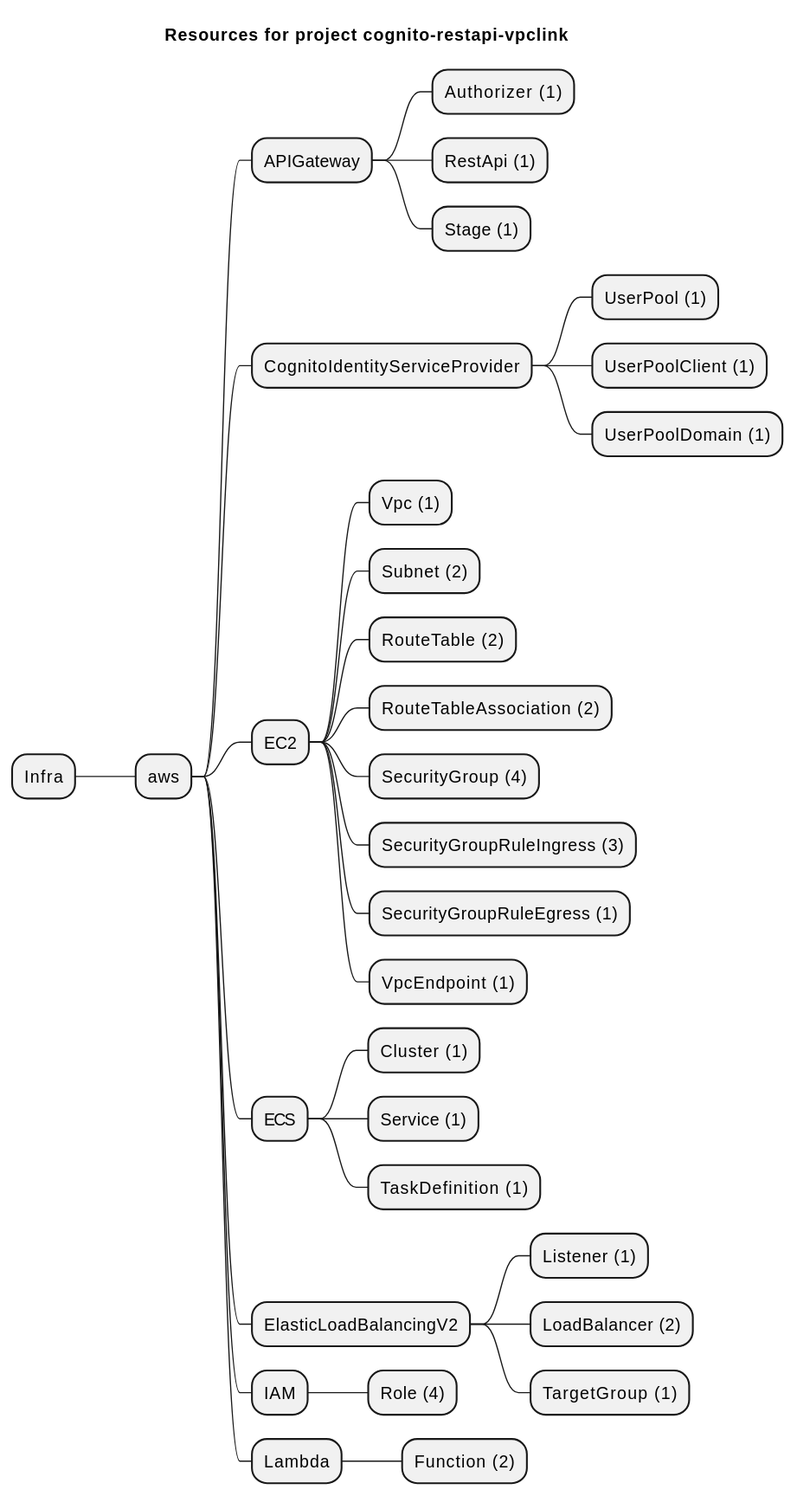
Before: examples/aws/CognitoIdentity/cognito-restapi-vpclink/artifacts/resources-mindmap.svg, a diagram exported from PlantUML (grucloud/grucloud).
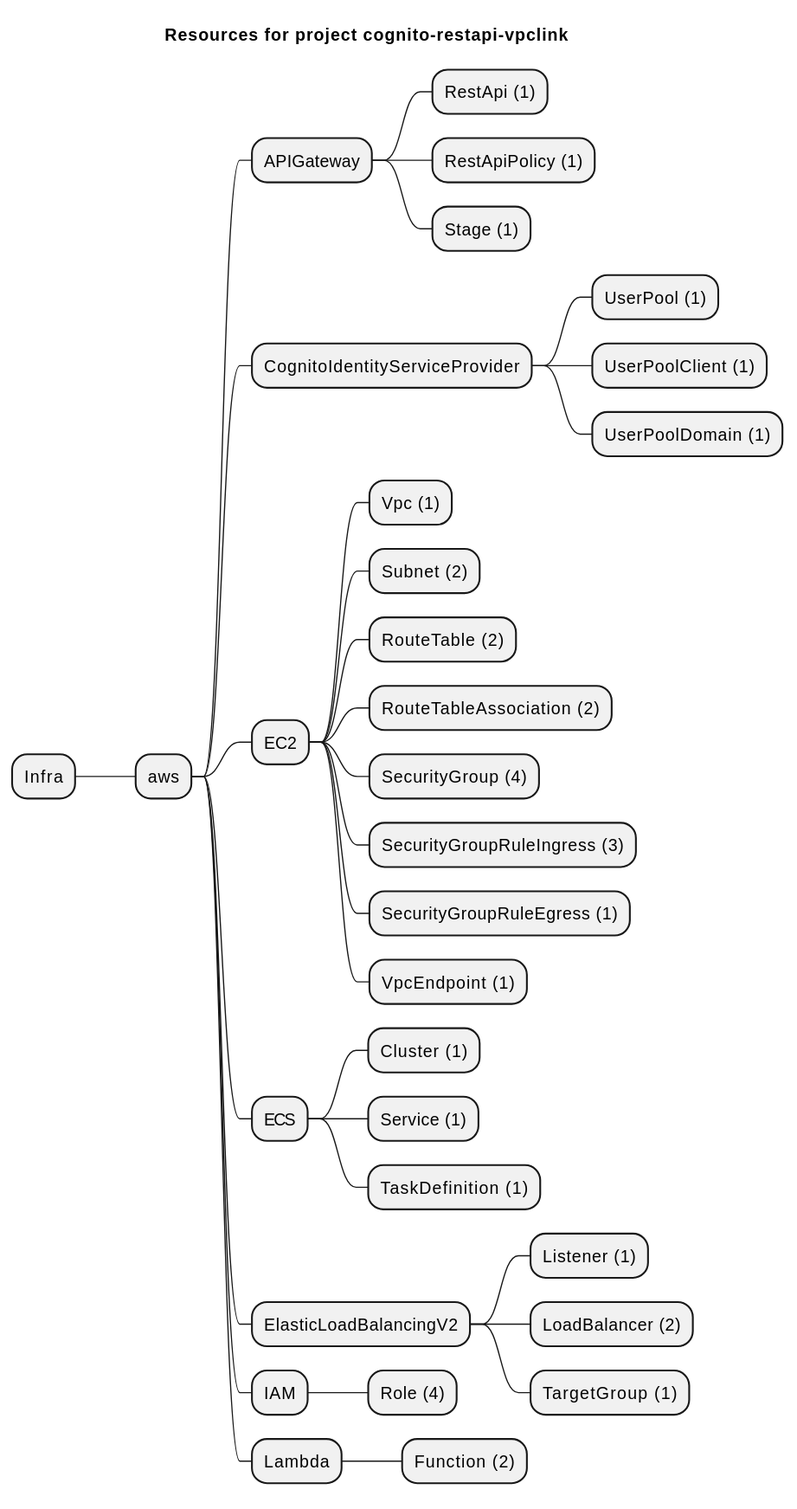
After the change.

The edit, as a diff of the source:
```diff
@@ -4,8 +4,8 @@
 + Infra
 ++ aws
 +++ APIGateway
-++++ Authorizer (1)
 ++++ RestApi (1)
+++++ RestApiPolicy (1)
 ++++ Stage (1)
 +++ CognitoIdentityServiceProvider
 ++++ UserPool (1)
```
